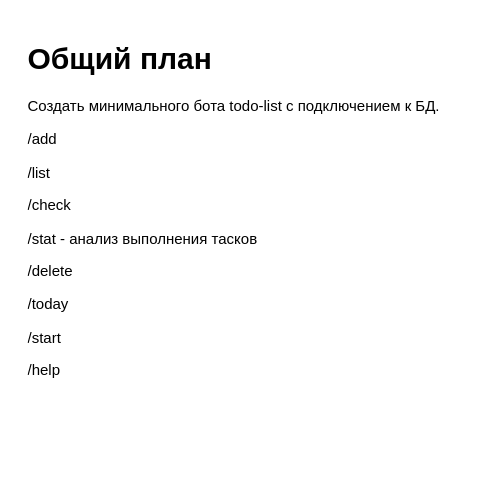
Earlier version of the draw.io diagram page "Задача" (3 of 3) of todo-list arch.drawio (ArturGalimskyDeveloper/ToDoList). Source tidied: cells renumbered, new cells numbered last; positions are measured from the earlier drawing's top-left corner, leaving out a move shared by most shapes. Both pictures are drawn from the tidied source at 125%, with x=0, y=0 at pixel (21, 34).
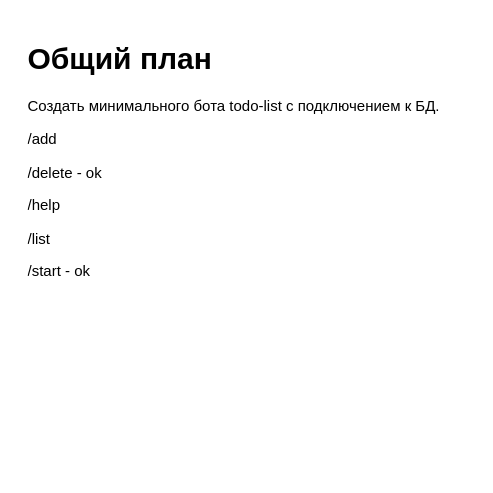
After the change.

Commit message (it also covers changes not shown here):
back to symple tasks, /start bug resolved

Change to the diagram source:
```diff
@@
 <mxGraphModel>
   <root>
     <mxCell id="0" />
     <mxCell id="1" parent="0" />
-    <mxCell id="2" value="&lt;h1&gt;Общий план&lt;/h1&gt;&lt;p&gt;Создать минимального бота todo-list с подключением к БД.&lt;/p&gt;&lt;p&gt;/add&lt;/p&gt;&lt;p&gt;/list&lt;/p&gt;&lt;p&gt;/check&lt;/p&gt;&lt;p&gt;/stat - анализ выполнения тасков&lt;/p&gt;&lt;p&gt;/delete&lt;/p&gt;&lt;p&gt;/today&lt;/p&gt;&lt;p&gt;/start&lt;/p&gt;&lt;p&gt;/help&lt;/p&gt;&lt;p&gt;&lt;br&gt;&lt;/p&gt;" style="text;html=1;strokeColor=none;fillColor=none;spacing=5;spacingTop=-20;whiteSpace=wrap;overflow=hidden;rounded=0;" parent="1" vertex="1">
+    <mxCell id="2" value="&lt;h1&gt;Общий план&lt;/h1&gt;&lt;p&gt;Создать минимального бота todo-list с подключением к БД.&lt;/p&gt;&lt;p&gt;/add&lt;/p&gt;&lt;p&gt;/delete - ok&lt;br&gt;&lt;/p&gt;&lt;p&gt;/help&lt;br&gt;&lt;/p&gt;&lt;p&gt;/list&lt;/p&gt;&lt;p&gt;/start - ok&lt;/p&gt;&lt;p&gt;&lt;br&gt;&lt;/p&gt;&lt;p&gt;&lt;br&gt;&lt;/p&gt;" style="text;html=1;strokeColor=none;fillColor=none;spacing=5;spacingTop=-20;whiteSpace=wrap;overflow=hidden;rounded=0;" parent="1" vertex="1">
       <mxGeometry width="360" height="350" as="geometry" />
     </mxCell>
   </root>
 </mxGraphModel>
```
